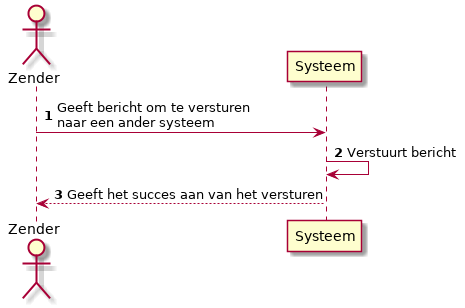
This is Docs/DesignDocumenten/UML/out/usecase/sequence/VersturenBericht/VersturenBericht.png from mauriceberentsen/Automated-Drone-Distribution-Network, a PlantUML export, as it was before one commit.
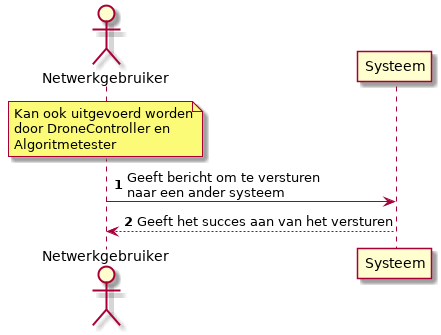
The same diagram one commit later.

Diff of the diagram source:
```diff
@@ -1,11 +1,11 @@
 @startuml
 
 autonumber
-actor "Zender" as Zen
+actor "Netwerkgebruiker" as Zen
 participant "Systeem" as sys
 
+note over Zen: Kan ook uitgevoerd worden\ndoor DroneController en\nAlgoritmetester
 Zen -> sys : Geeft bericht om te versturen\nnaar een ander systeem
-sys -> sys : Verstuurt bericht
 Zen <-- sys : Geeft het succes aan van het versturen
 
 @enduml
```
